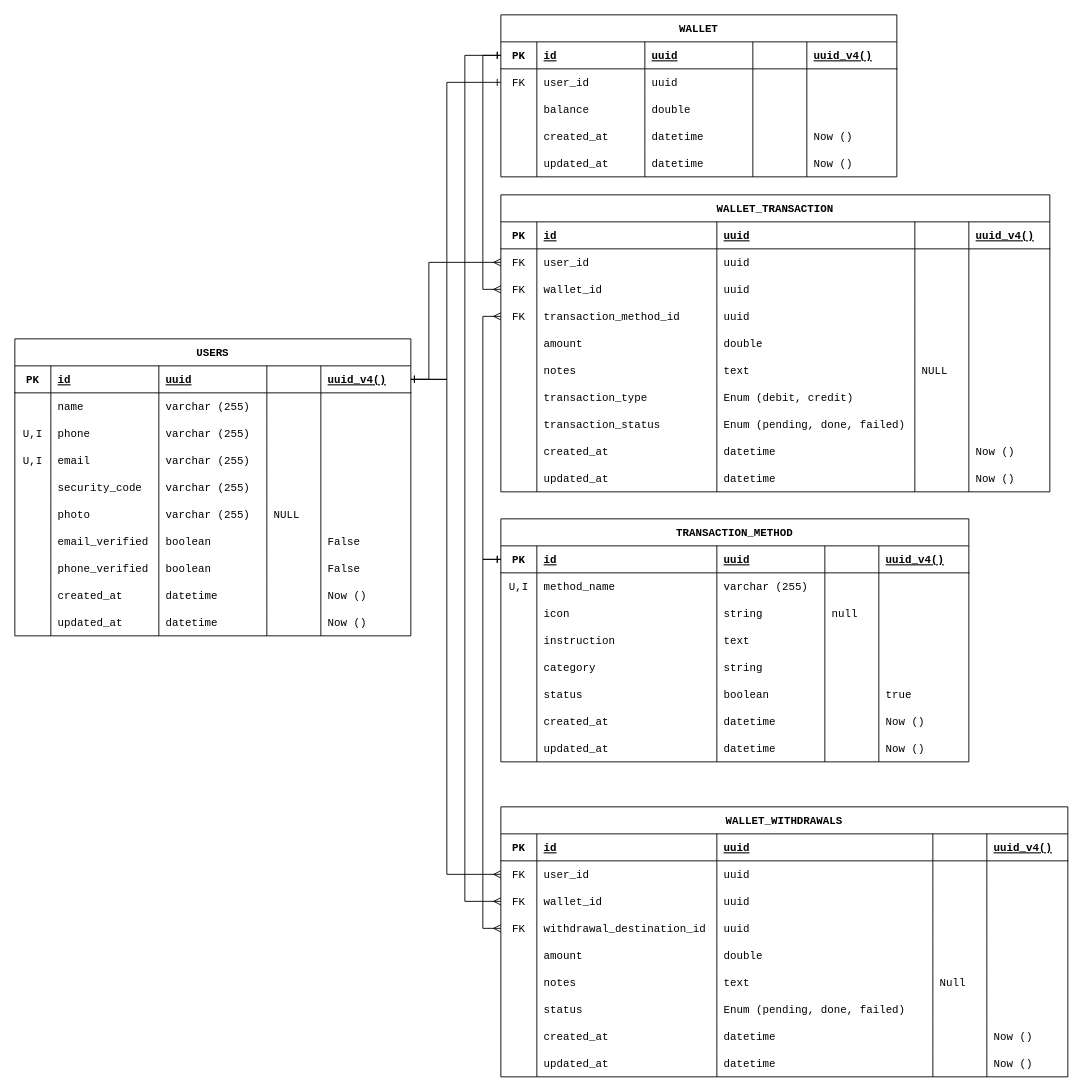
This is requirements/Database ERD.drawio from foxxxesky/Final-Projects-Backend-OVO, a draw.io file, before an edit. Source tidied: cells renumbered, new cells numbered last; positions are measured from the earlier drawing's top-left corner, leaving out a move shared by most shapes. Both pictures are drawn from the tidied source at 90%, with x=0, y=0 at pixel (14, 14).
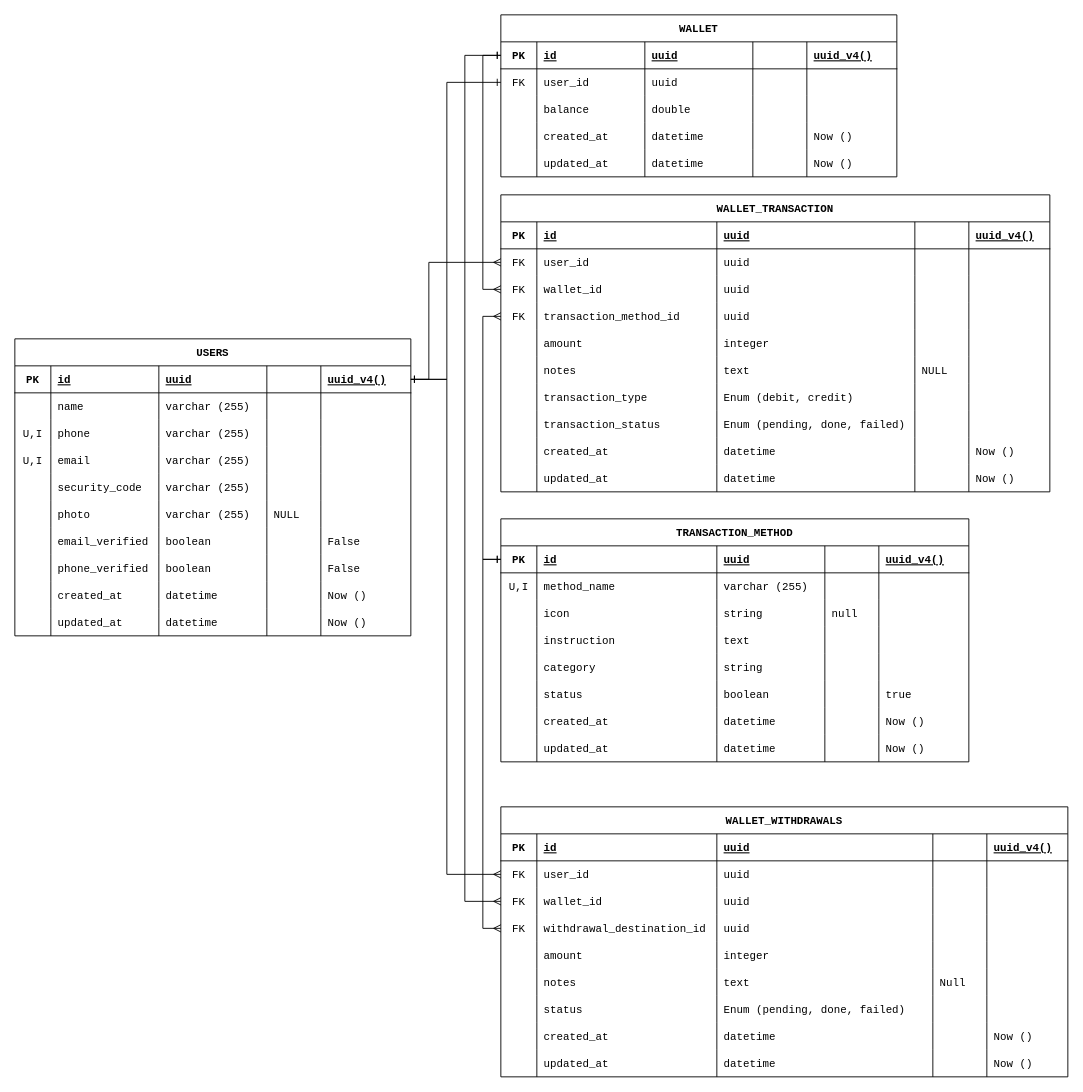
Above is the later version.

Unchanged cells that the change refers to:
```xml
<mxCell id="120" style="shape=tableRow;horizontal=0;startSize=0;swimlaneHead=0;swimlaneBody=0;fillColor=none;top=0;left=0;right=0;bottom=0;fontFamily=Courier New;" parent="95" vertex="1">
  <mxGeometry y="150" width="610" height="30" as="geometry" />
</mxCell>
<mxCell id="233" style="shape=tableRow;horizontal=0;startSize=0;swimlaneHead=0;swimlaneBody=0;fillColor=none;top=0;left=0;right=0;bottom=0;fontFamily=Courier New;" parent="208" vertex="1">
  <mxGeometry y="150" width="630" height="30" as="geometry" />
</mxCell>
```

The edit, as a diff of the source:
```diff
@@
-    <mxCell id="123" value="double" style="shape=partialRectangle;fillColor=none;top=0;left=0;bottom=0;right=0;align=left;spacingLeft=6;overflow=hidden;fontFamily=Courier New;" parent="120" vertex="1">
+    <mxCell id="123" value="integer" style="shape=partialRectangle;fillColor=none;top=0;left=0;bottom=0;right=0;align=left;spacingLeft=6;overflow=hidden;fontFamily=Courier New;" parent="120" vertex="1">
       <mxGeometry x="240" width="220" height="30" as="geometry" />
     </mxCell>
@@
-    <mxCell id="236" value="double" style="shape=partialRectangle;fillColor=none;top=0;left=0;bottom=0;right=0;align=left;spacingLeft=6;overflow=hidden;fontFamily=Courier New;" parent="233" vertex="1">
+    <mxCell id="236" value="integer" style="shape=partialRectangle;fillColor=none;top=0;left=0;bottom=0;right=0;align=left;spacingLeft=6;overflow=hidden;fontFamily=Courier New;" parent="233" vertex="1">
       <mxGeometry x="240" width="240" height="30" as="geometry" />
     </mxCell>
```
